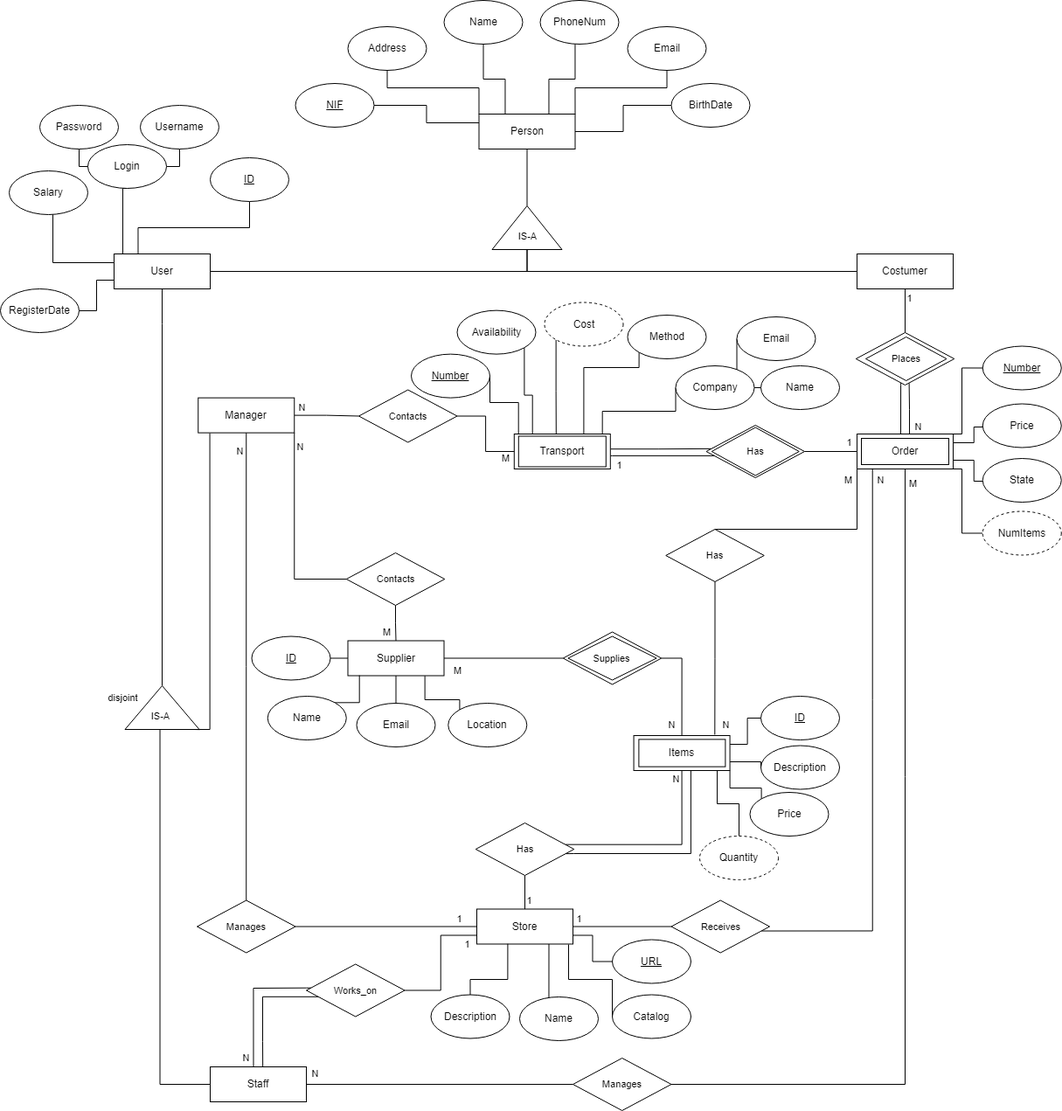
This is Images/DER.png from ZeMendes17/BD_Project, a draw.io export, as it was before one commit. Source tidied: cells renumbered, new cells last; positions are measured from the earlier drawing's top-left corner, leaving out a move shared by most shapes.
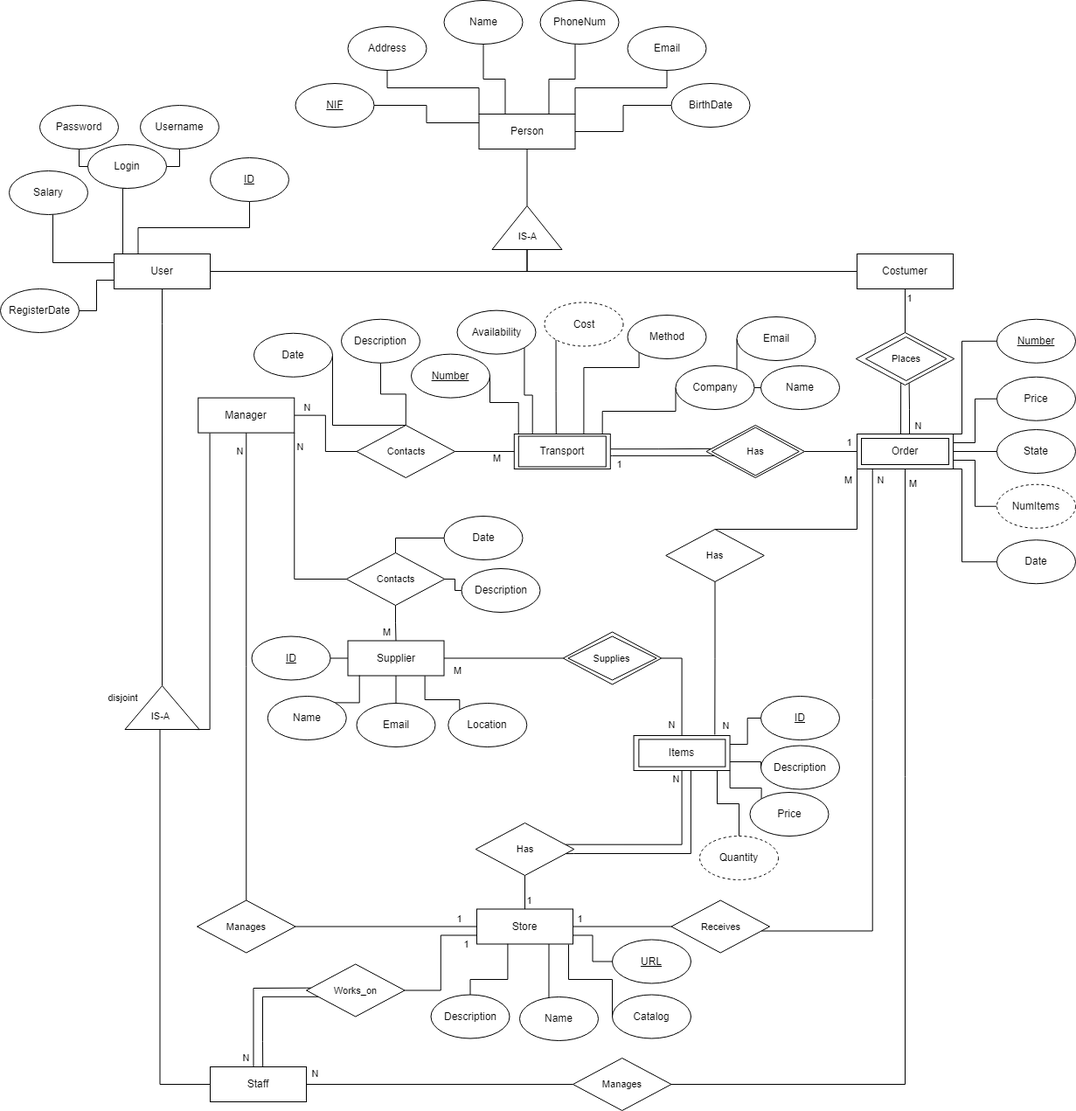
The same diagram one commit later.

What changed in the source:
```diff
@@ -266,30 +266,6 @@
     <mxCell id="61" value="Places" style="rhombus;whiteSpace=wrap;html=1;fontFamily=Helvetica;fontSize=11;fontColor=default;" parent="1" vertex="1">
       <mxGeometry x="978.8" y="380" width="112.5" height="60" as="geometry" />
     </mxCell>
-    <mxCell id="62" style="edgeStyle=orthogonalEdgeStyle;shape=connector;rounded=0;jettySize=auto;html=1;exitX=1;exitY=0;exitDx=0;exitDy=0;entryX=0;entryY=0.5;entryDx=0;entryDy=0;labelBackgroundColor=default;strokeColor=default;fontFamily=Helvetica;fontSize=11;fontColor=default;endArrow=none;endFill=0;" parent="1" edge="1" source="71" target="73">
-      <mxGeometry relative="1" as="geometry">
-        <Array as="points">
-          <mxPoint x="1100" y="496" />
-          <mxPoint x="1100" y="421" />
-        </Array>
-      </mxGeometry>
-    </mxCell>
-    <mxCell id="63" style="edgeStyle=orthogonalEdgeStyle;shape=connector;rounded=0;jettySize=auto;html=1;exitX=1;exitY=0.25;exitDx=0;exitDy=0;entryX=0;entryY=0.5;entryDx=0;entryDy=0;labelBackgroundColor=default;strokeColor=default;fontFamily=Helvetica;fontSize=11;fontColor=default;endArrow=none;endFill=0;" parent="1" edge="1" source="71" target="74">
-      <mxGeometry relative="1" as="geometry">
-        <Array as="points">
-          <mxPoint x="1113.8" y="506" />
-          <mxPoint x="1113.8" y="488" />
-        </Array>
-      </mxGeometry>
-    </mxCell>
-    <mxCell id="64" style="edgeStyle=orthogonalEdgeStyle;shape=connector;rounded=0;jettySize=auto;html=1;exitX=1;exitY=0.75;exitDx=0;exitDy=0;entryX=0;entryY=0.5;entryDx=0;entryDy=0;labelBackgroundColor=default;strokeColor=default;fontFamily=Helvetica;fontSize=11;fontColor=default;endArrow=none;endFill=0;" parent="1" edge="1" source="71" target="77">
-      <mxGeometry relative="1" as="geometry">
-        <Array as="points">
-          <mxPoint x="1113.8" y="526" />
-          <mxPoint x="1113.8" y="550" />
-        </Array>
-      </mxGeometry>
-    </mxCell>
     <mxCell id="65" style="edgeStyle=orthogonalEdgeStyle;shape=connector;rounded=0;jettySize=auto;html=1;exitX=0.5;exitY=0;exitDx=0;exitDy=0;entryX=0.541;entryY=0.963;entryDx=0;entryDy=0;entryPerimeter=0;labelBackgroundColor=default;strokeColor=default;fontFamily=Helvetica;fontSize=11;fontColor=default;endArrow=none;endFill=0;" parent="1" edge="1" source="71" target="61">
       <mxGeometry relative="1" as="geometry">
         <Array as="points">
@@ -324,6 +300,14 @@
         <mxPoint x="-13" y="-4" as="offset" />
       </mxGeometry>
     </mxCell>
+    <mxCell id="62" style="edgeStyle=orthogonalEdgeStyle;rounded=0;jettySize=auto;html=1;exitX=1;exitY=0;exitDx=0;exitDy=0;entryX=0;entryY=0.5;entryDx=0;entryDy=0;endArrow=none;endFill=0;" parent="1" edge="1" source="71" target="73">
+      <mxGeometry relative="1" as="geometry">
+        <Array as="points">
+          <mxPoint x="1100" y="496" />
+          <mxPoint x="1100" y="390" />
+        </Array>
+      </mxGeometry>
+    </mxCell>
     <mxCell id="71" value="Order" style="rounded=0;whiteSpace=wrap;html=1;" parent="1" vertex="1">
       <mxGeometry x="980" y="496" width="110" height="40" as="geometry" />
     </mxCell>
@@ -331,24 +315,25 @@
       <mxGeometry x="767.5" y="1029.5" width="112.5" height="60" as="geometry" />
     </mxCell>
     <mxCell id="73" value="&lt;u&gt;Number&lt;/u&gt;" style="ellipse;whiteSpace=wrap;html=1;" parent="1" vertex="1">
-      <mxGeometry x="1123.8" y="395.5" width="90" height="50" as="geometry" />
+      <mxGeometry x="1140" y="364.8" width="90" height="50" as="geometry" />
     </mxCell>
+    <mxCell id="159" style="edgeStyle=orthogonalEdgeStyle;shape=connector;rounded=0;jettySize=auto;html=1;exitX=0;exitY=0.5;exitDx=0;exitDy=0;entryX=1;entryY=0.25;entryDx=0;entryDy=0;labelBackgroundColor=default;strokeColor=default;fontFamily=Helvetica;fontSize=11;fontColor=default;endArrow=none;endFill=0;" parent="1" edge="1" source="74" target="71">
+      <mxGeometry relative="1" as="geometry" />
+    </mxCell>
     <mxCell id="74" value="Price" style="ellipse;whiteSpace=wrap;html=1;" parent="1" vertex="1">
-      <mxGeometry x="1123.8" y="461.5" width="90" height="50" as="geometry" />
+      <mxGeometry x="1140" y="430.8" width="90" height="50" as="geometry" />
     </mxCell>
-    <mxCell id="75" style="edgeStyle=orthogonalEdgeStyle;shape=connector;rounded=0;jettySize=auto;html=1;exitX=0;exitY=0.5;exitDx=0;exitDy=0;entryX=1;entryY=1;entryDx=0;entryDy=0;labelBackgroundColor=default;strokeColor=default;fontFamily=Helvetica;fontSize=11;fontColor=default;endArrow=none;endFill=0;" parent="1" edge="1" source="76" target="71">
-      <mxGeometry relative="1" as="geometry">
-        <Array as="points">
-          <mxPoint x="1100" y="609" />
-          <mxPoint x="1100" y="536" />
-        </Array>
-      </mxGeometry>
+    <mxCell id="75" style="edgeStyle=orthogonalEdgeStyle;shape=connector;rounded=0;jettySize=auto;html=1;exitX=0;exitY=0.5;exitDx=0;exitDy=0;entryX=1;entryY=0.75;entryDx=0;entryDy=0;labelBackgroundColor=default;strokeColor=default;fontFamily=Helvetica;fontSize=11;fontColor=default;endArrow=none;endFill=0;" parent="1" edge="1" source="76" target="71">
+      <mxGeometry relative="1" as="geometry" />
     </mxCell>
     <mxCell id="76" value="NumItems" style="ellipse;whiteSpace=wrap;html=1;dashed=1;" parent="1" vertex="1">
-      <mxGeometry x="1123.8" y="584.5" width="90" height="50" as="geometry" />
+      <mxGeometry x="1140" y="553.8" width="90" height="50" as="geometry" />
     </mxCell>
+    <mxCell id="160" style="edgeStyle=orthogonalEdgeStyle;shape=connector;rounded=0;jettySize=auto;html=1;exitX=0;exitY=0.5;exitDx=0;exitDy=0;entryX=1;entryY=0.5;entryDx=0;entryDy=0;labelBackgroundColor=default;strokeColor=default;fontFamily=Helvetica;fontSize=11;fontColor=default;endArrow=none;endFill=0;" parent="1" edge="1" source="77" target="71">
+      <mxGeometry relative="1" as="geometry" />
+    </mxCell>
     <mxCell id="77" value="State" style="ellipse;whiteSpace=wrap;html=1;" parent="1" vertex="1">
-      <mxGeometry x="1123.8" y="524" width="90" height="50" as="geometry" />
+      <mxGeometry x="1140" y="491" width="90" height="50" as="geometry" />
     </mxCell>
     <mxCell id="78" style="edgeStyle=orthogonalEdgeStyle;shape=connector;rounded=0;jettySize=auto;html=1;exitX=0.5;exitY=1;exitDx=0;exitDy=0;entryX=0.5;entryY=0;entryDx=0;entryDy=0;labelBackgroundColor=default;strokeColor=default;fontFamily=Helvetica;fontSize=11;fontColor=default;endArrow=none;endFill=0;" parent="1" edge="1" source="81" target="49">
       <mxGeometry relative="1" as="geometry" />
@@ -652,11 +637,11 @@
     </mxCell>
     <mxCell id="148" value="M" style="edgeLabel;html=1;align=center;verticalAlign=middle;fontSize=11;fontFamily=Helvetica;fontColor=default;" parent="147" vertex="1">
       <mxGeometry x="0.52" relative="1" as="geometry">
-        <mxPoint x="15" y="8" as="offset" />
+        <mxPoint x="-4" y="8" as="offset" />
       </mxGeometry>
     </mxCell>
     <mxCell id="149" value="Contacts" style="rhombus;whiteSpace=wrap;html=1;fontFamily=Helvetica;fontSize=11;fontColor=default;" parent="1" vertex="1">
-      <mxGeometry x="410" y="445.5" width="112.5" height="60" as="geometry" />
+      <mxGeometry x="407.5" y="486" width="112.5" height="60" as="geometry" />
     </mxCell>
     <mxCell id="150" style="edgeStyle=orthogonalEdgeStyle;shape=connector;rounded=0;jettySize=auto;html=1;exitX=0;exitY=0.5;exitDx=0;exitDy=0;entryX=1;entryY=1;entryDx=0;entryDy=0;labelBackgroundColor=default;strokeColor=default;fontFamily=Helvetica;fontSize=11;fontColor=default;endArrow=none;endFill=0;" parent="1" edge="1" source="153" target="59">
       <mxGeometry relative="1" as="geometry" />
@@ -691,5 +676,53 @@
     <mxCell id="158" value="Has" style="rhombus;whiteSpace=wrap;html=1;fontFamily=Helvetica;fontSize=11;fontColor=default;" parent="1" vertex="1">
       <mxGeometry x="761.2" y="605" width="112.5" height="60" as="geometry" />
     </mxCell>
+    <mxCell id="161" style="edgeStyle=orthogonalEdgeStyle;rounded=0;jettySize=auto;html=1;entryX=0.5;entryY=0;entryDx=0;entryDy=0;endArrow=none;endFill=0;" parent="1" edge="1" source="162" target="153">
+      <mxGeometry relative="1" as="geometry">
+        <Array as="points">
+          <mxPoint x="452" y="615" />
+        </Array>
+      </mxGeometry>
+    </mxCell>
+    <mxCell id="162" value="Date" style="ellipse;whiteSpace=wrap;html=1;" parent="1" vertex="1">
+      <mxGeometry x="507.5" y="590" width="90" height="50" as="geometry" />
+    </mxCell>
+    <mxCell id="163" style="edgeStyle=orthogonalEdgeStyle;rounded=0;jettySize=auto;html=1;entryX=0.5;entryY=0;entryDx=0;entryDy=0;endArrow=none;endFill=0;" parent="1" edge="1" source="164" target="149">
+      <mxGeometry relative="1" as="geometry">
+        <Array as="points">
+          <mxPoint x="380" y="486" />
+        </Array>
+      </mxGeometry>
+    </mxCell>
+    <mxCell id="164" value="Date" style="ellipse;whiteSpace=wrap;html=1;" parent="1" vertex="1">
+      <mxGeometry x="290" y="380.8" width="90" height="50" as="geometry" />
+    </mxCell>
+    <mxCell id="165" style="edgeStyle=orthogonalEdgeStyle;shape=connector;rounded=0;jettySize=auto;html=1;exitX=0;exitY=0.5;exitDx=0;exitDy=0;entryX=1;entryY=1;entryDx=0;entryDy=0;labelBackgroundColor=default;strokeColor=default;fontFamily=Helvetica;fontSize=11;fontColor=default;endArrow=none;endFill=0;" parent="1" edge="1" source="166" target="71">
+      <mxGeometry relative="1" as="geometry">
+        <Array as="points">
+          <mxPoint x="1100" y="642" />
+          <mxPoint x="1100" y="536" />
+        </Array>
+      </mxGeometry>
+    </mxCell>
+    <mxCell id="166" value="Date" style="ellipse;whiteSpace=wrap;html=1;" parent="1" vertex="1">
+      <mxGeometry x="1140" y="617.2" width="90" height="50" as="geometry" />
+    </mxCell>
+    <mxCell id="167" style="edgeStyle=orthogonalEdgeStyle;shape=connector;rounded=0;jettySize=auto;html=1;entryX=1;entryY=0.5;entryDx=0;entryDy=0;labelBackgroundColor=default;strokeColor=default;fontFamily=Helvetica;fontSize=11;fontColor=default;endArrow=none;endFill=0;" parent="1" edge="1" source="168" target="153">
+      <mxGeometry relative="1" as="geometry">
+        <Array as="points">
+          <mxPoint x="520" y="675" />
+          <mxPoint x="520" y="662" />
+        </Array>
+      </mxGeometry>
+    </mxCell>
+    <mxCell id="168" value="Description" style="ellipse;whiteSpace=wrap;html=1;" parent="1" vertex="1">
+      <mxGeometry x="527.5" y="650" width="90" height="50" as="geometry" />
+    </mxCell>
+    <mxCell id="169" style="edgeStyle=orthogonalEdgeStyle;shape=connector;rounded=0;jettySize=auto;html=1;entryX=0.5;entryY=0;entryDx=0;entryDy=0;labelBackgroundColor=default;strokeColor=default;fontFamily=Helvetica;fontSize=11;fontColor=default;endArrow=none;endFill=0;" parent="1" edge="1" source="170" target="149">
+      <mxGeometry relative="1" as="geometry" />
+    </mxCell>
+    <mxCell id="170" value="Description" style="ellipse;whiteSpace=wrap;html=1;" parent="1" vertex="1">
+      <mxGeometry x="390" y="364.8" width="90" height="50" as="geometry" />
+    </mxCell>
   </root>
 </mxGraphModel>
```
